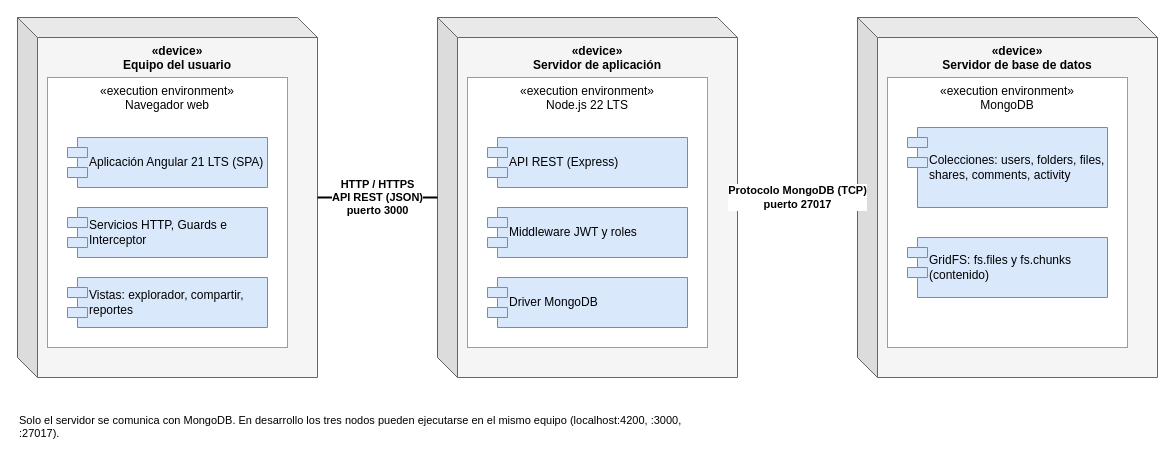
Earlier version of the draw.io diagram doc/03-despliegue.drawio (AnthonyGup/FileForge). Source tidied: cells renumbered, new cells numbered last; positions are measured from the earlier drawing's top-left corner, leaving out a move shared by most shapes. Both pictures are drawn from the tidied source at 100%, with x=0, y=0 at pixel (17, 17).
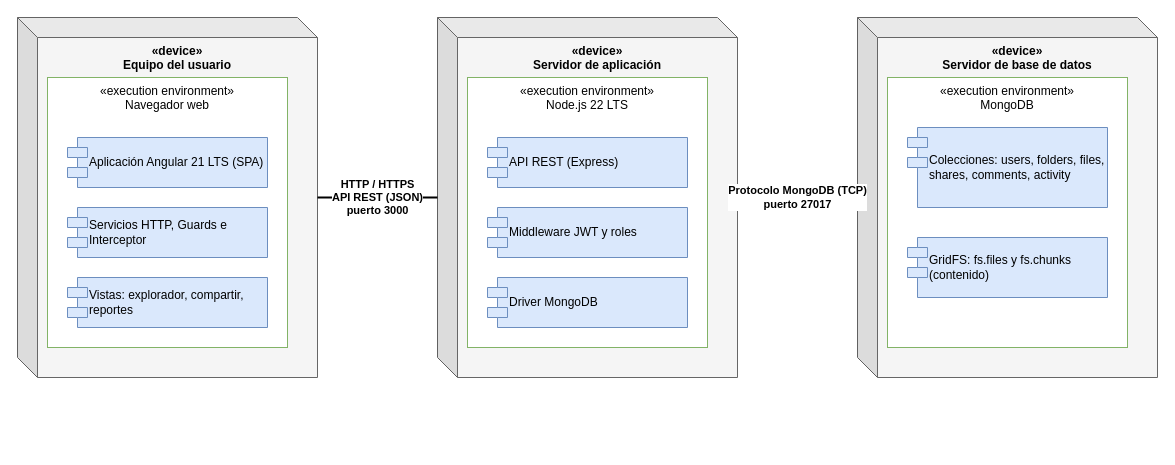
After the change.

What changed in the source:
```diff
@@
 <mxGraphModel>
   <root>
     <mxCell id="0" />
     <mxCell id="1" parent="0" />
     <mxCell id="2" value="«device»&lt;br&gt;Equipo del usuario" style="shape=cube;whiteSpace=wrap;html=1;boundedLbl=1;backgroundOutline=1;darkOpacity=0.05;darkOpacity2=0.1;size=20;verticalAlign=top;align=center;fillColor=#f5f5f5;strokeColor=#666666;fontStyle=1;" parent="1" vertex="1">
       <mxGeometry width="300" height="360" as="geometry" />
     </mxCell>
     <mxCell id="3" value="«execution environment»&lt;br&gt;Navegador web" style="rounded=0;whiteSpace=wrap;html=1;verticalAlign=top;fillColor=#ffffff;strokeColor=#82b366;" parent="1" vertex="1">
       <mxGeometry x="30" y="60" width="240" height="270" as="geometry" />
     </mxCell>
     <mxCell id="4" value="Aplicación Angular 21 LTS (SPA)" style="shape=module;align=left;spacingLeft=20;whiteSpace=wrap;html=1;fillColor=#dae8fc;strokeColor=#6c8ebf;" parent="1" vertex="1">
       <mxGeometry x="50" y="120" width="200" height="50" as="geometry" />
     </mxCell>
     <mxCell id="5" value="Servicios HTTP, Guards e Interceptor" style="shape=module;align=left;spacingLeft=20;whiteSpace=wrap;html=1;fillColor=#dae8fc;strokeColor=#6c8ebf;" parent="1" vertex="1">
       <mxGeometry x="50" y="190" width="200" height="50" as="geometry" />
     </mxCell>
     <mxCell id="6" value="Vistas: explorador, compartir, reportes" style="shape=module;align=left;spacingLeft=20;whiteSpace=wrap;html=1;fillColor=#dae8fc;strokeColor=#6c8ebf;" parent="1" vertex="1">
       <mxGeometry x="50" y="260" width="200" height="50" as="geometry" />
     </mxCell>
     <mxCell id="7" value="«device»&lt;br&gt;Servidor de aplicación" style="shape=cube;whiteSpace=wrap;html=1;boundedLbl=1;backgroundOutline=1;darkOpacity=0.05;darkOpacity2=0.1;size=20;verticalAlign=top;align=center;fillColor=#f5f5f5;strokeColor=#666666;fontStyle=1;" parent="1" vertex="1">
       <mxGeometry x="420" width="300" height="360" as="geometry" />
     </mxCell>
     <mxCell id="8" value="«execution environment»&lt;br&gt;Node.js 22 LTS" style="rounded=0;whiteSpace=wrap;html=1;verticalAlign=top;fillColor=#ffffff;strokeColor=#82b366;" parent="1" vertex="1">
       <mxGeometry x="450" y="60" width="240" height="270" as="geometry" />
     </mxCell>
     <mxCell id="9" value="API REST (Express)" style="shape=module;align=left;spacingLeft=20;whiteSpace=wrap;html=1;fillColor=#dae8fc;strokeColor=#6c8ebf;" parent="1" vertex="1">
       <mxGeometry x="470" y="120" width="200" height="50" as="geometry" />
     </mxCell>
     <mxCell id="10" value="Middleware JWT y roles" style="shape=module;align=left;spacingLeft=20;whiteSpace=wrap;html=1;fillColor=#dae8fc;strokeColor=#6c8ebf;" parent="1" vertex="1">
       <mxGeometry x="470" y="190" width="200" height="50" as="geometry" />
     </mxCell>
     <mxCell id="11" value="Driver MongoDB" style="shape=module;align=left;spacingLeft=20;whiteSpace=wrap;html=1;fillColor=#dae8fc;strokeColor=#6c8ebf;" parent="1" vertex="1">
       <mxGeometry x="470" y="260" width="200" height="50" as="geometry" />
     </mxCell>
     <mxCell id="12" value="«device»&lt;br&gt;Servidor de base de datos" style="shape=cube;whiteSpace=wrap;html=1;boundedLbl=1;backgroundOutline=1;darkOpacity=0.05;darkOpacity2=0.1;size=20;verticalAlign=top;align=center;fillColor=#f5f5f5;strokeColor=#666666;fontStyle=1;" parent="1" vertex="1">
       <mxGeometry x="840" width="300" height="360" as="geometry" />
     </mxCell>
     <mxCell id="13" value="«execution environment»&lt;br&gt;MongoDB" style="rounded=0;whiteSpace=wrap;html=1;verticalAlign=top;fillColor=#ffffff;strokeColor=#82b366;" parent="1" vertex="1">
       <mxGeometry x="870" y="60" width="240" height="270" as="geometry" />
     </mxCell>
     <mxCell id="14" value="Colecciones: users, folders, files, shares, comments, activity" style="shape=module;align=left;spacingLeft=20;whiteSpace=wrap;html=1;fillColor=#dae8fc;strokeColor=#6c8ebf;" parent="1" vertex="1">
       <mxGeometry x="890" y="110" width="200" height="80" as="geometry" />
     </mxCell>
     <mxCell id="15" value="GridFS: fs.files y fs.chunks (contenido)" style="shape=module;align=left;spacingLeft=20;whiteSpace=wrap;html=1;fillColor=#dae8fc;strokeColor=#6c8ebf;" parent="1" vertex="1">
       <mxGeometry x="890" y="220" width="200" height="60" as="geometry" />
     </mxCell>
     <mxCell id="16" value="HTTP / HTTPS&lt;br&gt;API REST (JSON)&lt;br&gt;puerto 3000" style="endArrow=none;html=1;strokeWidth=2;fontStyle=1;" parent="1" edge="1" source="2" target="7">
       <mxGeometry relative="1" as="geometry" />
     </mxCell>
     <mxCell id="17" value="Protocolo MongoDB (TCP)&lt;br&gt;puerto 27017" style="endArrow=none;html=1;strokeWidth=2;fontStyle=1;" parent="1" edge="1" source="7" target="12">
       <mxGeometry relative="1" as="geometry" />
     </mxCell>
-    <mxCell id="18" value="Solo el servidor se comunica con MongoDB. En desarrollo los tres nodos pueden ejecutarse en el mismo equipo (localhost:4200, :3000, :27017)." style="text;html=1;align=left;whiteSpace=wrap;fontSize=11;" parent="1" vertex="1">
-      <mxGeometry y="390" width="700" height="40" as="geometry" />
-    </mxCell>
   </root>
 </mxGraphModel>
```
